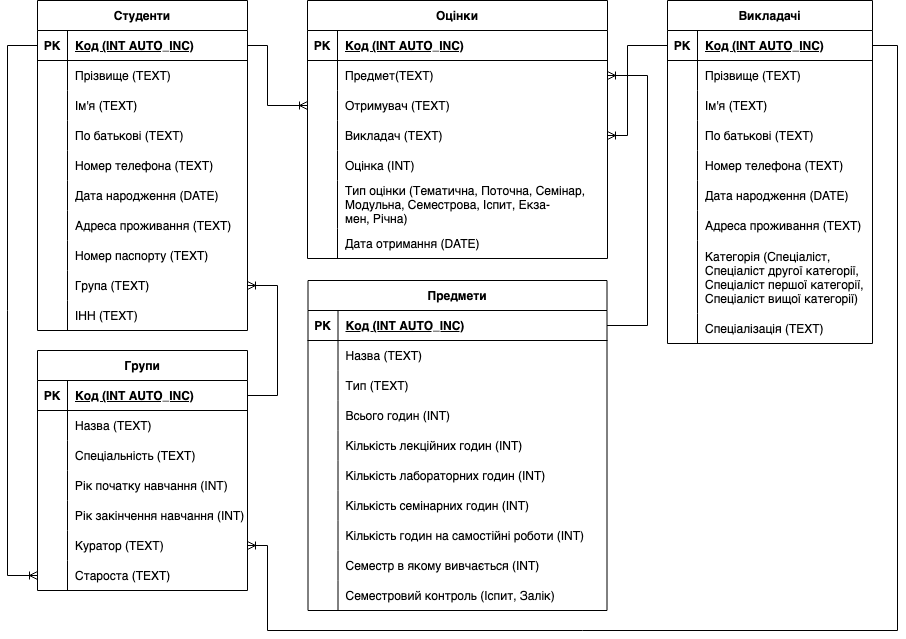
This is docs/ER-Diagram-With-DataTypes.png from MikeostCorp/Gradify, a draw.io export, as it was before one commit. Source tidied: cells renumbered, new cells last; positions are measured from the earlier drawing's top-left corner, leaving out a move shared by most shapes.
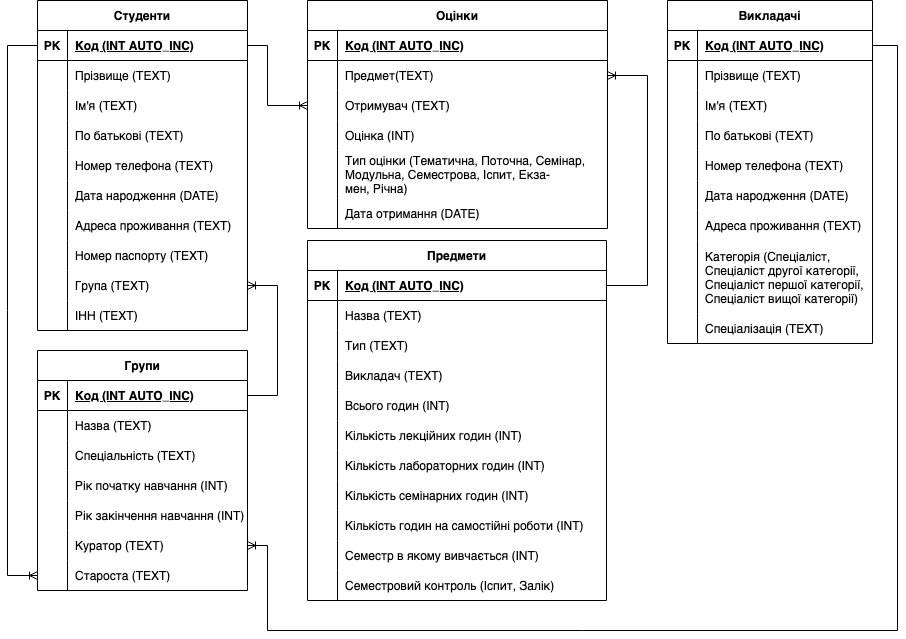
After the change.

Commit message:
docs: remove column "Викладач" from table "Оцінки" & add column "Викладач" to table "Предмети"

Diff of the diagram source:
```diff
@@ -246,7 +246,7 @@
       <mxGeometry x="30" width="175" height="30" as="geometry" />
     </mxCell>
     <mxCell id="83" value="Оцінки" style="shape=table;startSize=30;rowLines=0;fontStyle=1;align=center;" parent="1" vertex="1">
-      <mxGeometry x="300" width="300" height="258" as="geometry" />
+      <mxGeometry x="300" width="300" height="228" as="geometry" />
     </mxCell>
     <mxCell id="84" style="shape=tableRow;horizontal=0;startSize=0;swimlaneHead=0;swimlaneBody=0;fillColor=none;top=0;left=0;right=0;bottom=1;" parent="83" vertex="1">
       <mxGeometry y="30" width="300" height="30" as="geometry" />
@@ -275,17 +275,8 @@
     <mxCell id="92" value="Отримувач (TEXT)" style="shape=partialRectangle;fillColor=none;top=0;left=0;bottom=0;right=0;align=left;spacingLeft=6;overflow=hidden;" parent="90" vertex="1">
       <mxGeometry x="30" width="270" height="30" as="geometry" />
     </mxCell>
-    <mxCell id="93" style="shape=tableRow;horizontal=0;startSize=0;swimlaneHead=0;swimlaneBody=0;fillColor=none;points=[[0,0.5],[1,0.5]];portConstraint=eastwest;top=0;left=0;right=0;bottom=0;" parent="83" vertex="1">
-      <mxGeometry y="120" width="300" height="30" as="geometry" />
-    </mxCell>
-    <mxCell id="94" style="shape=partialRectangle;fillColor=none;top=0;left=0;bottom=0;right=0;overflow=hidden;" parent="93" vertex="1">
-      <mxGeometry width="30" height="30" as="geometry" />
-    </mxCell>
-    <mxCell id="95" value="Викладач (TEXT)" style="shape=partialRectangle;fillColor=none;top=0;left=0;bottom=0;right=0;align=left;spacingLeft=6;overflow=hidden;" parent="93" vertex="1">
-      <mxGeometry x="30" width="270" height="30" as="geometry" />
-    </mxCell>
     <mxCell id="96" style="shape=tableRow;horizontal=0;startSize=0;swimlaneHead=0;swimlaneBody=0;fillColor=none;top=0;left=0;right=0;bottom=0;" parent="83" vertex="1">
-      <mxGeometry y="150" width="300" height="30" as="geometry" />
+      <mxGeometry y="120" width="300" height="30" as="geometry" />
     </mxCell>
     <mxCell id="97" style="shape=partialRectangle;fillColor=none;top=0;left=0;bottom=0;right=0;overflow=hidden;" parent="96" vertex="1">
       <mxGeometry width="30" height="30" as="geometry" />
@@ -294,7 +285,7 @@
       <mxGeometry x="30" width="270" height="30" as="geometry" />
     </mxCell>
     <mxCell id="99" style="shape=tableRow;horizontal=0;startSize=0;swimlaneHead=0;swimlaneBody=0;fillColor=none;top=0;left=0;right=0;bottom=0;" parent="83" vertex="1">
-      <mxGeometry y="180" width="300" height="48" as="geometry" />
+      <mxGeometry y="150" width="300" height="48" as="geometry" />
     </mxCell>
     <mxCell id="100" style="shape=partialRectangle;fillColor=none;top=0;left=0;bottom=0;right=0;overflow=hidden;" parent="99" vertex="1">
       <mxGeometry width="30" height="48" as="geometry" />
@@ -303,7 +294,7 @@
       <mxGeometry x="30" width="270" height="48" as="geometry" />
     </mxCell>
     <mxCell id="102" style="shape=tableRow;horizontal=0;startSize=0;swimlaneHead=0;swimlaneBody=0;fillColor=none;top=0;left=0;right=0;bottom=0;" parent="83" vertex="1">
-      <mxGeometry y="228" width="300" height="30" as="geometry" />
+      <mxGeometry y="198" width="300" height="30" as="geometry" />
     </mxCell>
     <mxCell id="103" style="shape=partialRectangle;fillColor=none;top=0;left=0;bottom=0;right=0;overflow=hidden;" parent="102" vertex="1">
       <mxGeometry width="30" height="30" as="geometry" />
@@ -312,7 +303,7 @@
       <mxGeometry x="30" width="270" height="30" as="geometry" />
     </mxCell>
     <mxCell id="105" value="Предмети" style="shape=table;startSize=30;rowLines=0;fontStyle=1;align=center;" parent="1" vertex="1">
-      <mxGeometry x="300.5" y="280" width="299" height="330" as="geometry" />
+      <mxGeometry x="300" y="240" width="299" height="360" as="geometry" />
     </mxCell>
     <mxCell id="106" style="shape=tableRow;horizontal=0;startSize=0;swimlaneHead=0;swimlaneBody=0;fillColor=none;points=[[0,0.5],[1,0.5]];portConstraint=eastwest;top=0;left=0;right=0;bottom=1;" parent="105" vertex="1">
       <mxGeometry y="30" width="299" height="30" as="geometry" />
@@ -341,8 +332,17 @@
     <mxCell id="114" value="Тип (TEXT)" style="shape=partialRectangle;fillColor=none;top=0;left=0;bottom=0;right=0;align=left;spacingLeft=6;overflow=hidden;" parent="112" vertex="1">
       <mxGeometry x="30" width="269" height="30" as="geometry" />
     </mxCell>
+    <mxCell id="142" style="shape=tableRow;horizontal=0;startSize=0;swimlaneHead=0;swimlaneBody=0;fillColor=none;top=0;left=0;right=0;bottom=0;" parent="105" vertex="1">
+      <mxGeometry y="120" width="299" height="30" as="geometry" />
+    </mxCell>
+    <mxCell id="94" style="shape=partialRectangle;fillColor=none;top=0;left=0;bottom=0;right=0;overflow=hidden;" parent="142" vertex="1">
+      <mxGeometry width="30" height="30" as="geometry" />
+    </mxCell>
+    <mxCell id="95" value="Викладач (TEXT)" style="shape=partialRectangle;fillColor=none;top=0;left=0;bottom=0;right=0;align=left;spacingLeft=6;overflow=hidden;" parent="142" vertex="1">
+      <mxGeometry x="30" width="269" height="30" as="geometry" />
+    </mxCell>
     <mxCell id="115" style="shape=tableRow;horizontal=0;startSize=0;swimlaneHead=0;swimlaneBody=0;fillColor=none;top=0;left=0;right=0;bottom=0;" parent="105" vertex="1">
-      <mxGeometry y="120" width="299" height="30" as="geometry" />
+      <mxGeometry y="150" width="299" height="30" as="geometry" />
     </mxCell>
     <mxCell id="116" style="shape=partialRectangle;fillColor=none;top=0;left=0;bottom=0;right=0;overflow=hidden;" parent="115" vertex="1">
       <mxGeometry width="30" height="30" as="geometry" />
@@ -351,7 +351,7 @@
       <mxGeometry x="30" width="269" height="30" as="geometry" />
     </mxCell>
     <mxCell id="118" style="shape=tableRow;horizontal=0;startSize=0;swimlaneHead=0;swimlaneBody=0;fillColor=none;top=0;left=0;right=0;bottom=0;" parent="105" vertex="1">
-      <mxGeometry y="150" width="299" height="30" as="geometry" />
+      <mxGeometry y="180" width="299" height="30" as="geometry" />
     </mxCell>
     <mxCell id="119" style="shape=partialRectangle;fillColor=none;top=0;left=0;bottom=0;right=0;overflow=hidden;" parent="118" vertex="1">
       <mxGeometry width="30" height="30" as="geometry" />
@@ -360,7 +360,7 @@
       <mxGeometry x="30" width="269" height="30" as="geometry" />
     </mxCell>
     <mxCell id="121" style="shape=tableRow;horizontal=0;startSize=0;swimlaneHead=0;swimlaneBody=0;fillColor=none;top=0;left=0;right=0;bottom=0;" parent="105" vertex="1">
-      <mxGeometry y="180" width="299" height="30" as="geometry" />
+      <mxGeometry y="210" width="299" height="30" as="geometry" />
     </mxCell>
     <mxCell id="122" style="shape=partialRectangle;fillColor=none;top=0;left=0;bottom=0;right=0;overflow=hidden;" parent="121" vertex="1">
       <mxGeometry width="30" height="30" as="geometry" />
@@ -369,7 +369,7 @@
       <mxGeometry x="30" width="269" height="30" as="geometry" />
     </mxCell>
     <mxCell id="124" style="shape=tableRow;horizontal=0;startSize=0;swimlaneHead=0;swimlaneBody=0;fillColor=none;top=0;left=0;right=0;bottom=0;" parent="105" vertex="1">
-      <mxGeometry y="210" width="299" height="30" as="geometry" />
+      <mxGeometry y="240" width="299" height="30" as="geometry" />
     </mxCell>
     <mxCell id="125" style="shape=partialRectangle;fillColor=none;top=0;left=0;bottom=0;right=0;overflow=hidden;" parent="124" vertex="1">
       <mxGeometry width="30" height="30" as="geometry" />
@@ -378,7 +378,7 @@
       <mxGeometry x="30" width="269" height="30" as="geometry" />
     </mxCell>
     <mxCell id="127" style="shape=tableRow;horizontal=0;startSize=0;swimlaneHead=0;swimlaneBody=0;fillColor=none;top=0;left=0;right=0;bottom=0;" parent="105" vertex="1">
-      <mxGeometry y="240" width="299" height="30" as="geometry" />
+      <mxGeometry y="270" width="299" height="30" as="geometry" />
     </mxCell>
     <mxCell id="128" style="shape=partialRectangle;fillColor=none;top=0;left=0;bottom=0;right=0;overflow=hidden;" parent="127" vertex="1">
       <mxGeometry width="30" height="30" as="geometry" />
@@ -387,7 +387,7 @@
       <mxGeometry x="30" width="269" height="30" as="geometry" />
     </mxCell>
     <mxCell id="130" style="shape=tableRow;horizontal=0;startSize=0;swimlaneHead=0;swimlaneBody=0;fillColor=none;top=0;left=0;right=0;bottom=0;" parent="105" vertex="1">
-      <mxGeometry y="270" width="299" height="30" as="geometry" />
+      <mxGeometry y="300" width="299" height="30" as="geometry" />
     </mxCell>
     <mxCell id="131" style="shape=partialRectangle;fillColor=none;top=0;left=0;bottom=0;right=0;overflow=hidden;" parent="130" vertex="1">
       <mxGeometry width="30" height="30" as="geometry" />
@@ -396,7 +396,7 @@
       <mxGeometry x="30" width="269" height="30" as="geometry" />
     </mxCell>
     <mxCell id="133" style="shape=tableRow;horizontal=0;startSize=0;swimlaneHead=0;swimlaneBody=0;fillColor=none;top=0;left=0;right=0;bottom=0;" parent="105" vertex="1">
-      <mxGeometry y="300" width="299" height="30" as="geometry" />
+      <mxGeometry y="330" width="299" height="30" as="geometry" />
     </mxCell>
     <mxCell id="134" style="shape=partialRectangle;fillColor=none;top=0;left=0;bottom=0;right=0;overflow=hidden;" parent="133" vertex="1">
       <mxGeometry width="30" height="30" as="geometry" />
@@ -439,7 +439,7 @@
     <mxCell id="140" style="edgeStyle=entityRelationEdgeStyle;fontSize=12;html=1;endArrow=ERoneToMany;rounded=0;exitX=1;exitY=0.5;exitDx=0;exitDy=0;entryX=1;entryY=0.5;entryDx=0;entryDy=0;" parent="1" edge="1" source="3" target="49">
       <mxGeometry relative="1" as="geometry" />
     </mxCell>
-    <mxCell id="141" style="edgeStyle=elbowEdgeStyle;fontSize=12;html=1;endArrow=ERoneToMany;rounded=0;exitX=0;exitY=0.5;exitDx=0;exitDy=0;entryX=1;entryY=0.5;entryDx=0;entryDy=0;" parent="1" edge="1" source="56" target="93">
+    <mxCell id="141" style="edgeStyle=elbowEdgeStyle;fontSize=12;html=1;endArrow=ERoneToMany;rounded=0;exitX=0;exitY=0.5;exitDx=0;exitDy=0;entryX=1;entryY=0.5;entryDx=0;entryDy=0;" parent="1" edge="1" source="56" target="x">
       <mxGeometry relative="1" as="geometry">
         <Array as="points">
           <mxPoint x="620" y="100" />
```
